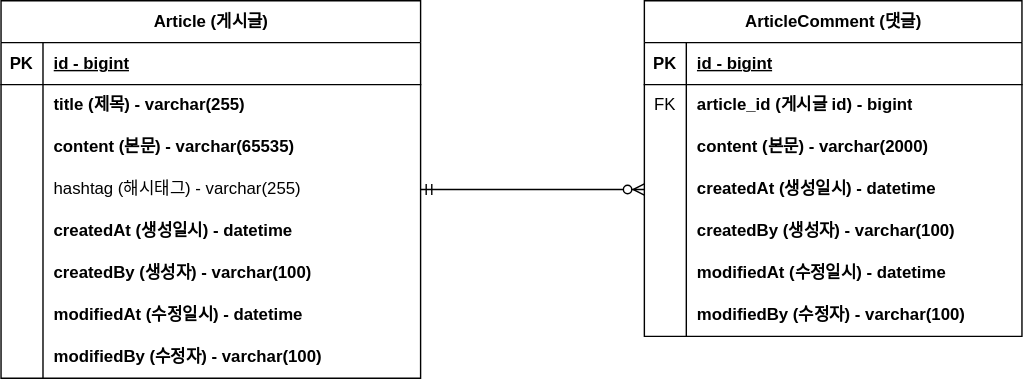
The draw.io diagram document/project-borad-erd.svg in dev-taeyeong/fastcampus-project-board, before a commit. Source tidied: cells renumbered, new cells last; positions are measured from the earlier drawing's top-left corner, leaving out a move shared by most shapes.
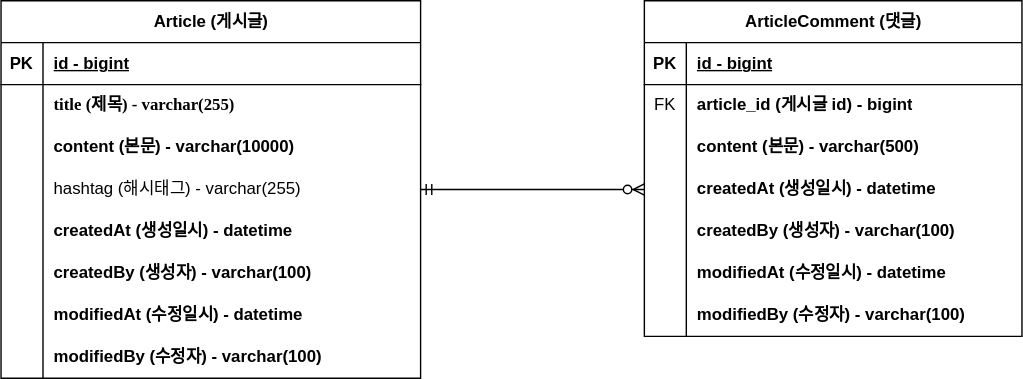
The same diagram one commit later.

Commit message:
#10 - erd 업데이트: content 사이즈 변경

Diff of the diagram source:
```diff
@@ -20,7 +20,7 @@
     <mxCell id="7" style="shape=partialRectangle;fillColor=none;top=0;left=0;bottom=0;right=0;overflow=hidden;whiteSpace=wrap;html=1;" parent="6" vertex="1">
       <mxGeometry width="30" height="30" as="geometry" />
     </mxCell>
-    <mxCell id="8" value="title (제목) - varchar(255)" style="shape=partialRectangle;fillColor=none;top=0;left=0;bottom=0;right=0;align=left;spacingLeft=6;overflow=hidden;whiteSpace=wrap;html=1;fontStyle=1;" parent="6" vertex="1">
+    <mxCell id="8" value="&lt;font face=&quot;Verdana&quot;&gt;title (제목) - varchar(255)&lt;/font&gt;" style="shape=partialRectangle;fillColor=none;top=0;left=0;bottom=0;right=0;align=left;spacingLeft=6;overflow=hidden;whiteSpace=wrap;html=1;fontStyle=1;" parent="6" vertex="1">
       <mxGeometry x="30" width="270" height="30" as="geometry" />
     </mxCell>
     <mxCell id="9" style="shape=tableRow;horizontal=0;startSize=0;swimlaneHead=0;swimlaneBody=0;fillColor=none;top=0;left=0;right=0;bottom=0;" parent="2" vertex="1">
@@ -29,7 +29,7 @@
     <mxCell id="10" style="shape=partialRectangle;fillColor=none;top=0;left=0;bottom=0;right=0;overflow=hidden;whiteSpace=wrap;html=1;" parent="9" vertex="1">
       <mxGeometry width="30" height="30" as="geometry" />
     </mxCell>
-    <mxCell id="11" value="content (본문) - varchar(65535)" style="shape=partialRectangle;fillColor=none;top=0;left=0;bottom=0;right=0;align=left;spacingLeft=6;overflow=hidden;whiteSpace=wrap;html=1;fontStyle=1;" parent="9" vertex="1">
+    <mxCell id="11" value="content (본문) - varchar(10000)" style="shape=partialRectangle;fillColor=none;top=0;left=0;bottom=0;right=0;align=left;spacingLeft=6;overflow=hidden;whiteSpace=wrap;html=1;fontStyle=1;" parent="9" vertex="1">
       <mxGeometry x="30" width="270" height="30" as="geometry" />
     </mxCell>
     <mxCell id="12" style="shape=tableRow;horizontal=0;startSize=0;swimlaneHead=0;swimlaneBody=0;fillColor=none;points=[[0,0.5],[1,0.5]];portConstraint=eastwest;top=0;left=0;right=0;bottom=0;" parent="2" vertex="1">
@@ -104,7 +104,7 @@
     <mxCell id="35" style="shape=partialRectangle;fillColor=none;top=0;left=0;bottom=0;right=0;overflow=hidden;whiteSpace=wrap;html=1;" parent="34" vertex="1">
       <mxGeometry width="30" height="30" as="geometry" />
     </mxCell>
-    <mxCell id="36" value="content (본문) - varchar(2000)" style="shape=partialRectangle;fillColor=none;top=0;left=0;bottom=0;right=0;align=left;spacingLeft=6;overflow=hidden;whiteSpace=wrap;html=1;fontStyle=1;" parent="34" vertex="1">
+    <mxCell id="36" value="content (본문) - varchar(500)" style="shape=partialRectangle;fillColor=none;top=0;left=0;bottom=0;right=0;align=left;spacingLeft=6;overflow=hidden;whiteSpace=wrap;html=1;fontStyle=1;" parent="34" vertex="1">
       <mxGeometry x="30" width="240" height="30" as="geometry" />
     </mxCell>
     <mxCell id="37" style="shape=tableRow;horizontal=0;startSize=0;swimlaneHead=0;swimlaneBody=0;fillColor=none;points=[[0,0.5],[1,0.5]];portConstraint=eastwest;top=0;left=0;right=0;bottom=0;" parent="27" vertex="1">
```
